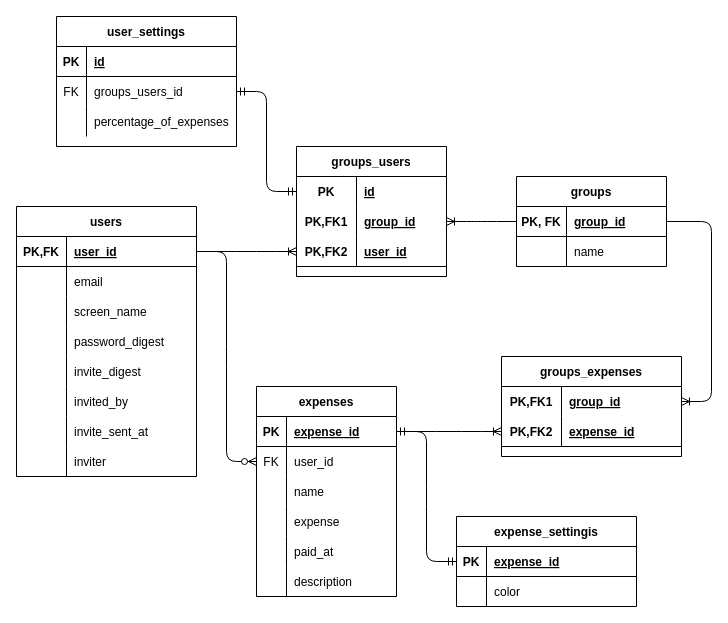
Above: design/ERdiagram.dio in dOwOd/Expenses_Log_App (draw.io), before the change. Source tidied: cells renumbered, new cells numbered last; positions are measured from the earlier drawing's top-left corner, leaving out a move shared by most shapes. Both pictures are drawn from the tidied source at 100%, with x=0, y=0 at pixel (16, 16).
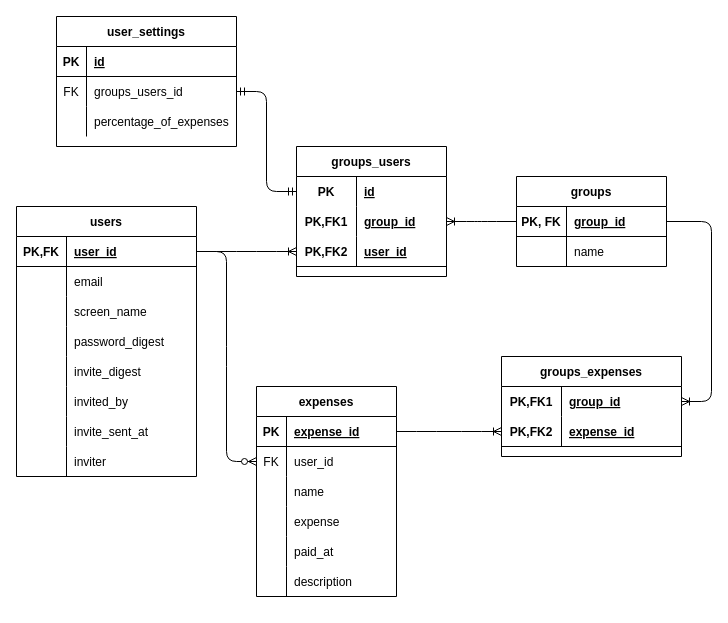
The same diagram, later.

The change refers to these unchanged cells:
```xml
<mxCell id="25" style="shape=partialRectangle;fillColor=none;top=0;left=0;bottom=1;right=0;points=[[0,0.5],[1,0.5]];portConstraint=eastwest;" parent="24" vertex="1">
  <mxGeometry y="30" width="140" height="30" as="geometry" />
</mxCell>
```

Change to the diagram source:
```diff
@@
-    <mxCell id="3" style="group;" parent="1" vertex="1">
-      <mxGeometry x="440" y="500" width="180" height="100" as="geometry" />
-    </mxCell>
-    <mxCell id="4" style="shape=partialRectangle;fillColor=none;top=0;left=0;bottom=0;right=0;overflow=hidden;" parent="3" vertex="1">
-      <mxGeometry width="30" height="18.8" as="geometry" />
-    </mxCell>
-    <mxCell id="5" value="expense_settingis" style="shape=table;startSize=30;childLayout=tableLayout;rowLines=0;fontStyle=1;align=center;rounded=0;" parent="3" vertex="1">
-      <mxGeometry width="180" height="90" as="geometry" />
-    </mxCell>
-    <mxCell id="6" style="shape=partialRectangle;fillColor=none;top=0;left=0;bottom=1;right=0;points=[[0,0.5],[1,0.5]];portConstraint=eastwest;" parent="5" vertex="1">
-      <mxGeometry y="30" width="180" height="30" as="geometry" />
-    </mxCell>
-    <mxCell id="7" value="PK" style="shape=partialRectangle;fillColor=none;top=0;left=0;bottom=0;right=0;fontStyle=1;overflow=hidden;" parent="6" vertex="1">
-      <mxGeometry width="30" height="30" as="geometry" />
-    </mxCell>
-    <mxCell id="8" value="expense_id" style="shape=partialRectangle;fillColor=none;top=0;left=0;bottom=0;right=0;align=left;spacingLeft=6;fontStyle=5;overflow=hidden;" parent="6" vertex="1">
-      <mxGeometry x="30" width="150" height="30" as="geometry" />
-    </mxCell>
-    <mxCell id="9" style="shape=partialRectangle;fillColor=none;top=0;left=0;bottom=0;right=0;" parent="5" vertex="1">
-      <mxGeometry y="60" width="180" height="30" as="geometry" />
-    </mxCell>
-    <mxCell id="10" style="shape=partialRectangle;fillColor=none;top=0;left=0;bottom=0;right=0;overflow=hidden;" parent="9" vertex="1">
-      <mxGeometry width="30" height="30" as="geometry" />
-    </mxCell>
-    <mxCell id="11" value="color" style="shape=partialRectangle;fillColor=none;top=0;left=0;bottom=0;right=0;align=left;spacingLeft=6;overflow=hidden;" parent="9" vertex="1">
-      <mxGeometry x="30" width="150" height="30" as="geometry" />
-    </mxCell>
@@
-    <mxCell id="15" style="edgeStyle=entityRelationEdgeStyle;fontSize=12;html=1;endArrow=ERmandOne;startArrow=ERmandOne;" parent="1" edge="1" source="25" target="6">
-      <mxGeometry relative="1" as="geometry" />
-    </mxCell>
```
